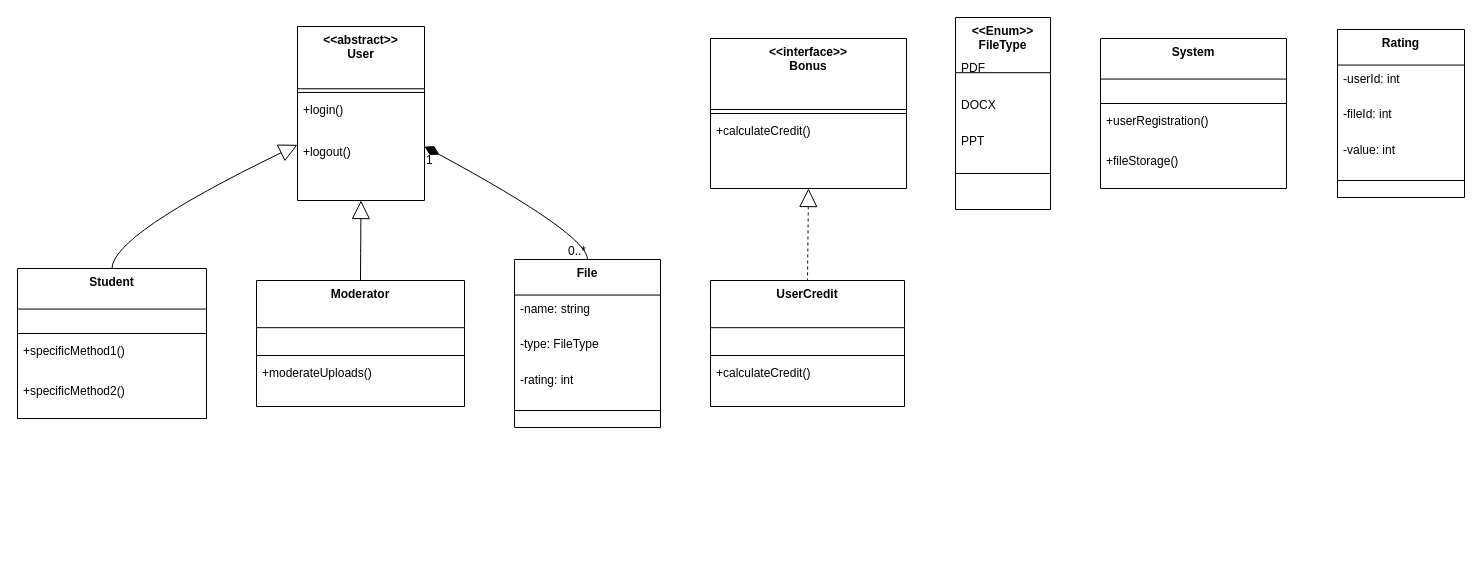
christian-amarildo/UFPA-FileShare-trabalho-final-de-programacao-2 keeps this draw.io diagram as planejamento e documentação/UMLs/Diagrama de Classes FileShare.drawio. Above is the earlier version. Source tidied: cells renumbered, new cells numbered last; positions are measured from the earlier drawing's top-left corner, leaving out a move shared by most shapes. Both pictures are drawn from the tidied source at 100%, with x=0, y=0 at pixel (17, 17).
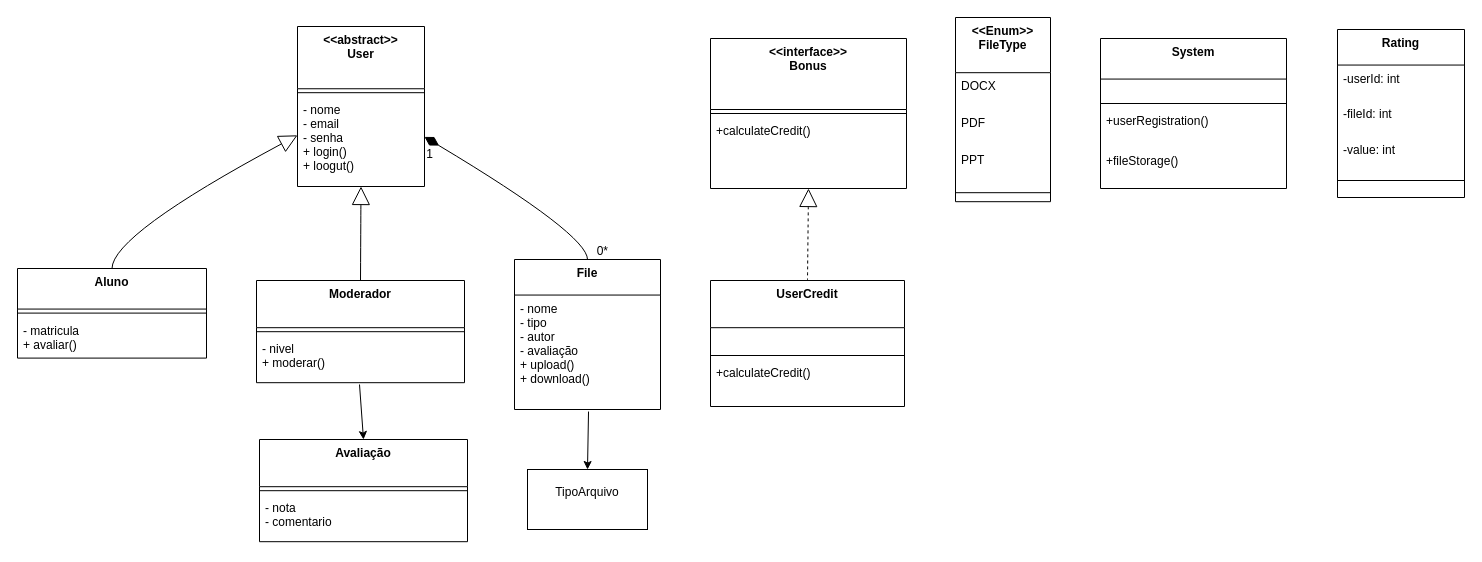
The same diagram, later.

Unchanged cells that the change refers to:
```xml
<mxCell id="40" style="curved=1;startArrow=diamondThin;startSize=14;startFill=1;endArrow=none;exitX=1;exitY=0.69;entryX=0.5;entryY=0;" parent="1" edge="1" source="2" target="13">
  <mxGeometry relative="1" as="geometry">
    <Array as="points">
      <mxPoint x="570" y="217" />
    </Array>
  </mxGeometry>
</mxCell>
```

What changed in the source:
```diff
@@
     <mxCell id="2" value="&lt;&lt;abstract&gt;&gt;&#10;User" style="swimlane;fontStyle=1;align=center;verticalAlign=top;horizontal=1;startSize=62.25;" parent="1" vertex="1">
-      <mxGeometry x="280" y="9" width="127" height="174" as="geometry" />
+      <mxGeometry x="280" y="9" width="127" height="160" as="geometry" />
     </mxCell>
     <mxCell id="3" style="line;strokeWidth=1;fillColor=none;align=left;verticalAlign=middle;spacingTop=-1;spacingLeft=3;spacingRight=3;labelPosition=right;strokeColor=inherit;" parent="2" vertex="1">
-      <mxGeometry y="62" width="127" height="8" as="geometry" />
+      <mxGeometry y="62.2" width="127" height="8" as="geometry" />
     </mxCell>
-    <mxCell id="4" value="+login()" style="text;strokeColor=none;fillColor=none;align=left;verticalAlign=top;spacingLeft=4;spacingRight=4;overflow=hidden;" parent="2" vertex="1">
-      <mxGeometry y="70" width="127" height="42" as="geometry" />
+    <mxCell id="4" value="- nome&#10;- email&#10;- senha&#10;+ login()&#10;+ loogut()&#10;" style="text;strokeColor=none;fillColor=none;align=left;verticalAlign=top;spacingLeft=4;spacingRight=4;overflow=hidden;" parent="2" vertex="1">
+      <mxGeometry y="70.2" width="127" height="89.8" as="geometry" />
     </mxCell>
-    <mxCell id="5" value="+logout()" style="text;strokeColor=none;fillColor=none;align=left;verticalAlign=top;spacingLeft=4;spacingRight=4;overflow=hidden;" parent="2" vertex="1">
-      <mxGeometry y="112" width="127" height="42" as="geometry" />
-    </mxCell>
-    <mxCell id="6" value="Student" style="swimlane;fontStyle=1;align=center;verticalAlign=top;horizontal=1;startSize=40.57142857142857;" parent="1" vertex="1">
-      <mxGeometry y="251" width="189" height="150" as="geometry" />
+    <mxCell id="6" value="Aluno" style="swimlane;fontStyle=1;align=center;verticalAlign=top;horizontal=1;startSize=40.57142857142857;" parent="1" vertex="1">
+      <mxGeometry y="251" width="189" height="89.6" as="geometry" />
     </mxCell>
     <mxCell id="7" style="line;strokeWidth=1;fillColor=none;align=left;verticalAlign=middle;spacingTop=-1;spacingLeft=3;spacingRight=3;labelPosition=right;strokeColor=inherit;" parent="6" vertex="1">
-      <mxGeometry y="61" width="189" height="8" as="geometry" />
+      <mxGeometry y="40.6" width="189" height="8" as="geometry" />
     </mxCell>
-    <mxCell id="8" value="+specificMethod1()" style="text;strokeColor=none;fillColor=none;align=left;verticalAlign=top;spacingLeft=4;spacingRight=4;overflow=hidden;" parent="6" vertex="1">
-      <mxGeometry y="69" width="189" height="41" as="geometry" />
-    </mxCell>
-    <mxCell id="9" value="+specificMethod2()" style="text;strokeColor=none;fillColor=none;align=left;verticalAlign=top;spacingLeft=4;spacingRight=4;overflow=hidden;" parent="6" vertex="1">
-      <mxGeometry y="109" width="189" height="41" as="geometry" />
+    <mxCell id="9" value="- matricula&#10;+ avaliar()" style="text;strokeColor=none;fillColor=none;align=left;verticalAlign=top;spacingLeft=4;spacingRight=4;overflow=hidden;" parent="6" vertex="1">
+      <mxGeometry y="48.6" width="189" height="41" as="geometry" />
     </mxCell>
-    <mxCell id="10" value="Moderator" style="swimlane;fontStyle=1;align=center;verticalAlign=top;horizontal=1;startSize=47.2;" parent="1" vertex="1">
-      <mxGeometry x="239" y="263" width="208" height="126" as="geometry" />
+    <mxCell id="10" value="Moderador" style="swimlane;fontStyle=1;align=center;verticalAlign=top;horizontal=1;startSize=47.2;" parent="1" vertex="1">
+      <mxGeometry x="239" y="263" width="208" height="102.2" as="geometry" />
     </mxCell>
     <mxCell id="11" style="line;strokeWidth=1;fillColor=none;align=left;verticalAlign=middle;spacingTop=-1;spacingLeft=3;spacingRight=3;labelPosition=right;strokeColor=inherit;" parent="10" vertex="1">
-      <mxGeometry y="71" width="208" height="8" as="geometry" />
+      <mxGeometry y="47.2" width="208" height="8" as="geometry" />
     </mxCell>
-    <mxCell id="12" value="+moderateUploads()" style="text;strokeColor=none;fillColor=none;align=left;verticalAlign=top;spacingLeft=4;spacingRight=4;overflow=hidden;" parent="10" vertex="1">
-      <mxGeometry y="79" width="208" height="47" as="geometry" />
+    <mxCell id="12" value="- nivel&#10;+ moderar()" style="text;strokeColor=none;fillColor=none;align=left;verticalAlign=top;spacingLeft=4;spacingRight=4;overflow=hidden;" parent="10" vertex="1">
+      <mxGeometry y="55.2" width="208" height="47" as="geometry" />
     </mxCell>
     <mxCell id="13" value="File" style="swimlane;fontStyle=1;align=center;verticalAlign=top;horizontal=1;startSize=35.55555555555556;" parent="1" vertex="1">
-      <mxGeometry x="497" y="242" width="146" height="168" as="geometry" />
+      <mxGeometry x="497" y="242" width="146" height="150" as="geometry" />
     </mxCell>
-    <mxCell id="14" value="-name: string" style="text;strokeColor=none;fillColor=none;align=left;verticalAlign=top;spacingLeft=4;spacingRight=4;overflow=hidden;points=[[0,0.5],[1,0.5]];portConstraint=eastwest;" parent="13" vertex="1">
-      <mxGeometry y="36" width="146" height="36" as="geometry" />
+    <mxCell id="14" value="- nome&#10;- tipo&#10;- autor&#10;- avaliação&#10;+ upload()&#10;+ download()" style="text;strokeColor=none;fillColor=none;align=left;verticalAlign=top;spacingLeft=4;spacingRight=4;overflow=hidden;points=[[0,0.5],[1,0.5]];portConstraint=eastwest;" parent="13" vertex="1">
+      <mxGeometry y="35.6" width="146" height="114.4" as="geometry" />
     </mxCell>
-    <mxCell id="15" value="-type: FileType" style="text;strokeColor=none;fillColor=none;align=left;verticalAlign=top;spacingLeft=4;spacingRight=4;overflow=hidden;" parent="13" vertex="1">
-      <mxGeometry y="71" width="146" height="36" as="geometry" />
-    </mxCell>
-    <mxCell id="16" value="-rating: int" style="text;strokeColor=none;fillColor=none;align=left;verticalAlign=top;spacingLeft=4;spacingRight=4;overflow=hidden;" parent="13" vertex="1">
-      <mxGeometry y="107" width="146" height="36" as="geometry" />
-    </mxCell>
-    <mxCell id="17" style="line;strokeWidth=1;fillColor=none;align=left;verticalAlign=middle;spacingTop=-1;spacingLeft=3;spacingRight=3;labelPosition=right;strokeColor=inherit;" parent="13" vertex="1">
-      <mxGeometry y="142" width="146" height="18" as="geometry" />
-    </mxCell>
@@
     <mxCell id="24" value="&lt;&lt;Enum&gt;&gt;&#10;FileType" style="swimlane;fontStyle=1;align=center;verticalAlign=top;horizontal=1;startSize=55.199999999999996;" parent="1" vertex="1">
-      <mxGeometry x="938" width="95" height="192" as="geometry" />
+      <mxGeometry x="938" width="95" height="184.2" as="geometry" />
     </mxCell>
+    <mxCell id="26" value="DOCX" style="text;strokeColor=none;fillColor=none;align=left;verticalAlign=top;spacingLeft=4;spacingRight=4;overflow=hidden;" parent="24" vertex="1">
+      <mxGeometry y="55.2" width="95" height="37" as="geometry" />
+    </mxCell>
     <mxCell id="25" value="PDF" style="text;strokeColor=none;fillColor=none;align=left;verticalAlign=top;spacingLeft=4;spacingRight=4;overflow=hidden;" parent="24" vertex="1">
-      <mxGeometry y="37" width="95" height="37" as="geometry" />
+      <mxGeometry y="92.2" width="95" height="37" as="geometry" />
     </mxCell>
-    <mxCell id="26" value="DOCX" style="text;strokeColor=none;fillColor=none;align=left;verticalAlign=top;spacingLeft=4;spacingRight=4;overflow=hidden;" parent="24" vertex="1">
-      <mxGeometry y="74" width="95" height="37" as="geometry" />
-    </mxCell>
     <mxCell id="27" value="PPT" style="text;strokeColor=none;fillColor=none;align=left;verticalAlign=top;spacingLeft=4;spacingRight=4;overflow=hidden;" parent="24" vertex="1">
-      <mxGeometry y="110" width="95" height="37" as="geometry" />
+      <mxGeometry y="129.2" width="95" height="37" as="geometry" />
     </mxCell>
     <mxCell id="28" style="line;strokeWidth=1;fillColor=none;align=left;verticalAlign=middle;spacingTop=-1;spacingLeft=3;spacingRight=3;labelPosition=right;strokeColor=inherit;" parent="24" vertex="1">
-      <mxGeometry y="147" width="95" height="18" as="geometry" />
+      <mxGeometry y="166.2" width="95" height="18" as="geometry" />
     </mxCell>
@@
-    <mxCell id="41" value="1" style="edgeLabel;labelBackgroundColor=none;fontSize=12;align=left;verticalAlign=top;" parent="40" vertex="1">
-      <mxGeometry x="-1" relative="1" as="geometry" />
-    </mxCell>
-    <mxCell id="42" value="0..*" style="edgeLabel;labelBackgroundColor=none;fontSize=12;align=right;verticalAlign=bottom;" parent="40" vertex="1">
-      <mxGeometry x="1" relative="1" as="geometry" />
+    <mxCell id="42" value="0*" style="edgeLabel;labelBackgroundColor=none;fontSize=12;align=right;verticalAlign=bottom;" parent="40" vertex="1">
+      <mxGeometry x="1" relative="1" as="geometry">
+        <mxPoint x="22" as="offset" />
+      </mxGeometry>
     </mxCell>
@@
+    <mxCell id="41" value="1" style="text;html=1;align=center;verticalAlign=middle;strokeColor=none;fillColor=none;" parent="1" vertex="1">
+      <mxGeometry x="397" y="122" width="30" height="30" as="geometry" />
+    </mxCell>
+    <mxCell id="44" value="TipoArquivo&lt;div&gt;&lt;br&gt;&lt;/div&gt;" style="rounded=0;whiteSpace=wrap;html=1;" parent="1" vertex="1">
+      <mxGeometry x="510" y="452" width="120" height="60" as="geometry" />
+    </mxCell>
+    <mxCell id="45" style="endArrow=classic;html=1;rounded=0;exitX=0.507;exitY=1.018;exitDx=0;exitDy=0;exitPerimeter=0;entryX=0.5;entryY=0;entryDx=0;entryDy=0;" parent="1" edge="1" source="14" target="44">
+      <mxGeometry relative="1" as="geometry" />
+    </mxCell>
+    <mxCell id="46" value="Avaliação" style="swimlane;fontStyle=1;align=center;verticalAlign=top;horizontal=1;startSize=47.2;" parent="1" vertex="1">
+      <mxGeometry x="242" y="422" width="208" height="102.2" as="geometry" />
+    </mxCell>
+    <mxCell id="47" style="line;strokeWidth=1;fillColor=none;align=left;verticalAlign=middle;spacingTop=-1;spacingLeft=3;spacingRight=3;labelPosition=right;strokeColor=inherit;" parent="46" vertex="1">
+      <mxGeometry y="47.2" width="208" height="8" as="geometry" />
+    </mxCell>
+    <mxCell id="48" value="- nota&#10;- comentario" style="text;strokeColor=none;fillColor=none;align=left;verticalAlign=top;spacingLeft=4;spacingRight=4;overflow=hidden;" parent="46" vertex="1">
+      <mxGeometry y="55.2" width="208" height="47" as="geometry" />
+    </mxCell>
+    <mxCell id="49" style="endArrow=classic;html=1;rounded=0;entryX=0.5;entryY=0;entryDx=0;entryDy=0;" parent="1" edge="1" target="46">
+      <mxGeometry relative="1" as="geometry">
+        <mxPoint x="342" y="367" as="sourcePoint" />
+      </mxGeometry>
+    </mxCell>
```
